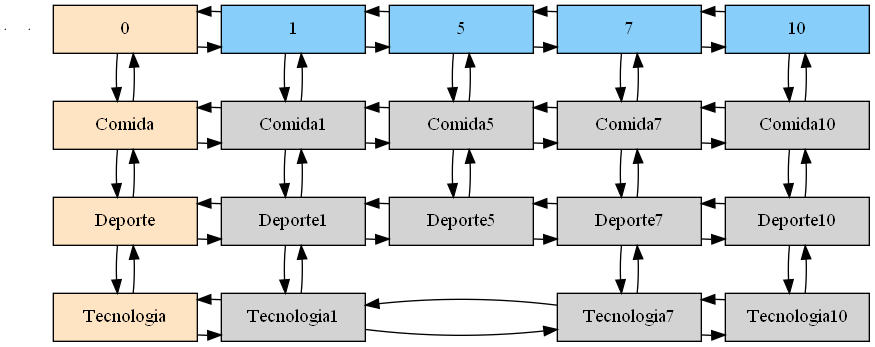
The Graphviz diagram Cliente/src/assets/arboles/matriz.png in RojasCJP/EDD_VirtualMall_201900289, before a commit. Its source is kept beside it as Cliente/src/assets/graphviz/matriz.dot.
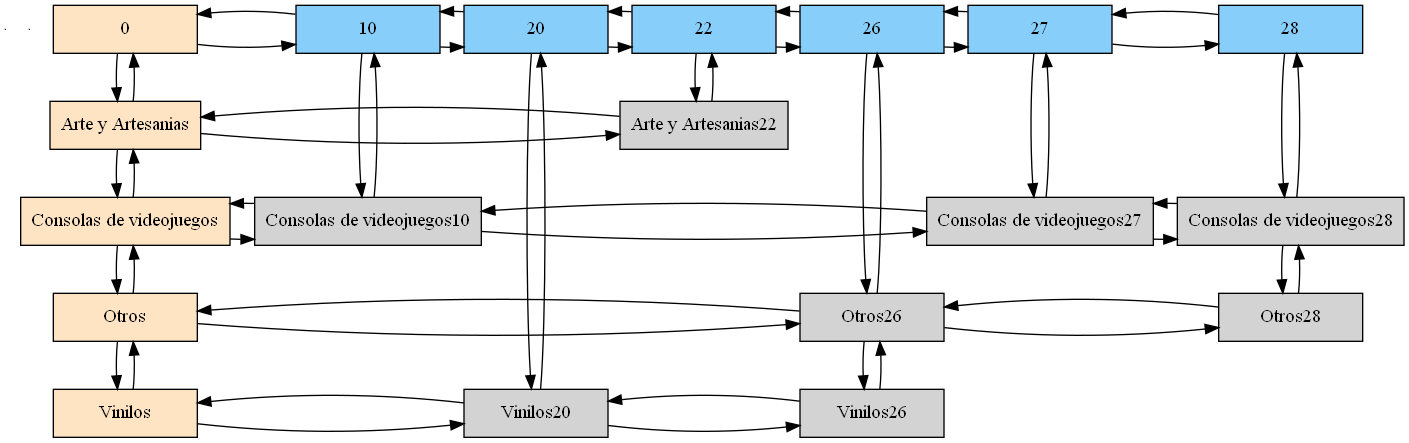
After the change.

Diff of the diagram source:
```diff
@@ -4,84 +4,79 @@
     e0[ shape = point, width = 0 ];
     e1[ shape = point, width = 0 ];
 "00" [label = "0"    width = 1.5 style = filled, fillcolor = bisque1, group = 0 ];
-"00"->"Comida0";
-"00"->"1";
-"1" [label = "1"    width = 1.5 style = filled, fillcolor = lightskyblue, group = 1 ];
-"1"->"Comida1";
-"1"->"00";
-"1"->"5";
-"5" [label = "5"    width = 1.5 style = filled, fillcolor = lightskyblue, group = 5 ];
-"5"->"Comida5";
-"5"->"1";
-"5"->"7";
-"7" [label = "7"    width = 1.5 style = filled, fillcolor = lightskyblue, group = 7 ];
-"7"->"Comida7";
-"7"->"5";
-"7"->"10";
+"00"->"Arte y Artesanias0";
+"00"->"10";
 "10" [label = "10"    width = 1.5 style = filled, fillcolor = lightskyblue, group = 10 ];
-"10"->"Comida10";
-"10"->"7";
-{rank = same;"00";"1";"5";"7";"10";}
-"Comida0" [label = "Comida"    width = 1.5 style = filled, fillcolor = bisque1, group = 0 ];
-"Comida0"->"00";
-"Comida0"->"Deporte0";
-"Comida0"->"Comida1";
-"Comida1" [label = "Comida1", width=1.5 style= filled, group=1];
-"Comida1"->"1";
-"Comida1"->"Deporte1";
-"Comida1"->"Comida0";
-"Comida1"->"Comida5";
-"Comida5" [label = "Comida5", width=1.5 style= filled, group=5];
-"Comida5"->"5";
-"Comida5"->"Deporte5";
-"Comida5"->"Comida1";
-"Comida5"->"Comida7";
-"Comida7" [label = "Comida7", width=1.5 style= filled, group=7];
-"Comida7"->"7";
-"Comida7"->"Deporte7";
-"Comida7"->"Comida5";
-"Comida7"->"Comida10";
-"Comida10" [label = "Comida10", width=1.5 style= filled, group=10];
-"Comida10"->"10";
-"Comida10"->"Deporte10";
-"Comida10"->"Comida7";
-{rank = same;"Comida0";"Comida1";"Comida5";"Comida7";"Comida10";}
-"Deporte0" [label = "Deporte"    width = 1.5 style = filled, fillcolor = bisque1, group = 0 ];
-"Deporte0"->"Comida0";
-"Deporte0"->"Tecnologia0";
-"Deporte0"->"Deporte1";
-"Deporte1" [label = "Deporte1", width=1.5 style= filled, group=1];
-"Deporte1"->"Comida1";
-"Deporte1"->"Tecnologia1";
-"Deporte1"->"Deporte0";
-"Deporte1"->"Deporte5";
-"Deporte5" [label = "Deporte5", width=1.5 style= filled, group=5];
-"Deporte5"->"Comida5";
-"Deporte5"->"Deporte1";
-"Deporte5"->"Deporte7";
-"Deporte7" [label = "Deporte7", width=1.5 style= filled, group=7];
-"Deporte7"->"Comida7";
-"Deporte7"->"Tecnologia7";
-"Deporte7"->"Deporte5";
-"Deporte7"->"Deporte10";
-"Deporte10" [label = "Deporte10", width=1.5 style= filled, group=10];
-"Deporte10"->"Comida10";
-"Deporte10"->"Tecnologia10";
-"Deporte10"->"Deporte7";
-{rank = same;"Deporte0";"Deporte1";"Deporte5";"Deporte7";"Deporte10";}
-"Tecnologia0" [label = "Tecnologia"    width = 1.5 style = filled, fillcolor = bisque1, group = 0 ];
-"Tecnologia0"->"Deporte0";
-"Tecnologia0"->"Tecnologia1";
-"Tecnologia1" [label = "Tecnologia1", width=1.5 style= filled, group=1];
-"Tecnologia1"->"Deporte1";
-"Tecnologia1"->"Tecnologia0";
-"Tecnologia1"->"Tecnologia7";
-"Tecnologia7" [label = "Tecnologia7", width=1.5 style= filled, group=7];
-"Tecnologia7"->"Deporte7";
-"Tecnologia7"->"Tecnologia1";
-"Tecnologia7"->"Tecnologia10";
-"Tecnologia10" [label = "Tecnologia10", width=1.5 style= filled, group=10];
-"Tecnologia10"->"Deporte10";
-"Tecnologia10"->"Tecnologia7";
-{rank = same;"Tecnologia0";"Tecnologia1";"Tecnologia7";"Tecnologia10";}
+"10"->"Consolas de videojuegos10";
+"10"->"00";
+"10"->"20";
+"20" [label = "20"    width = 1.5 style = filled, fillcolor = lightskyblue, group = 20 ];
+"20"->"Vinilos20";
+"20"->"10";
+"20"->"22";
+"22" [label = "22"    width = 1.5 style = filled, fillcolor = lightskyblue, group = 22 ];
+"22"->"Arte y Artesanias22";
+"22"->"20";
+"22"->"26";
+"26" [label = "26"    width = 1.5 style = filled, fillcolor = lightskyblue, group = 26 ];
+"26"->"Otros26";
+"26"->"22";
+"26"->"27";
+"27" [label = "27"    width = 1.5 style = filled, fillcolor = lightskyblue, group = 27 ];
+"27"->"Consolas de videojuegos27";
+"27"->"26";
+"27"->"28";
+"28" [label = "28"    width = 1.5 style = filled, fillcolor = lightskyblue, group = 28 ];
+"28"->"Consolas de videojuegos28";
+"28"->"27";
+{rank = same;"00";"10";"20";"22";"26";"27";"28";}
+"Arte y Artesanias0" [label = "Arte y Artesanias"    width = 1.5 style = filled, fillcolor = bisque1, group = 0 ];
+"Arte y Artesanias0"->"00";
+"Arte y Artesanias0"->"Consolas de videojuegos0";
+"Arte y Artesanias0"->"Arte y Artesanias22";
+"Arte y Artesanias22" [label = "Arte y Artesanias22", width=1.5 style= filled, group=22];
+"Arte y Artesanias22"->"22";
+"Arte y Artesanias22"->"Arte y Artesanias0";
+{rank = same;"Arte y Artesanias0";"Arte y Artesanias22";}
+"Consolas de videojuegos0" [label = "Consolas de videojuegos"    width = 1.5 style = filled, fillcolor = bisque1, group = 0 ];
+"Consolas de videojuegos0"->"Arte y Artesanias0";
+"Consolas de videojuegos0"->"Otros0";
+"Consolas de videojuegos0"->"Consolas de videojuegos10";
+"Consolas de videojuegos10" [label = "Consolas de videojuegos10", width=1.5 style= filled, group=10];
+"Consolas de videojuegos10"->"10";
+"Consolas de videojuegos10"->"Consolas de videojuegos0";
+"Consolas de videojuegos10"->"Consolas de videojuegos27";
+"Consolas de videojuegos27" [label = "Consolas de videojuegos27", width=1.5 style= filled, group=27];
+"Consolas de videojuegos27"->"27";
+"Consolas de videojuegos27"->"Consolas de videojuegos10";
+"Consolas de videojuegos27"->"Consolas de videojuegos28";
+"Consolas de videojuegos28" [label = "Consolas de videojuegos28", width=1.5 style= filled, group=28];
+"Consolas de videojuegos28"->"28";
+"Consolas de videojuegos28"->"Otros28";
+"Consolas de videojuegos28"->"Consolas de videojuegos27";
+{rank = same;"Consolas de videojuegos0";"Consolas de videojuegos10";"Consolas de videojuegos27";"Consolas de videojuegos28";}
+"Otros0" [label = "Otros"    width = 1.5 style = filled, fillcolor = bisque1, group = 0 ];
+"Otros0"->"Consolas de videojuegos0";
+"Otros0"->"Vinilos0";
+"Otros0"->"Otros26";
+"Otros26" [label = "Otros26", width=1.5 style= filled, group=26];
+"Otros26"->"26";
+"Otros26"->"Vinilos26";
+"Otros26"->"Otros0";
+"Otros26"->"Otros28";
+"Otros28" [label = "Otros28", width=1.5 style= filled, group=28];
+"Otros28"->"Consolas de videojuegos28";
+"Otros28"->"Otros26";
+{rank = same;"Otros0";"Otros26";"Otros28";}
+"Vinilos0" [label = "Vinilos"    width = 1.5 style = filled, fillcolor = bisque1, group = 0 ];
+"Vinilos0"->"Otros0";
+"Vinilos0"->"Vinilos20";
+"Vinilos20" [label = "Vinilos20", width=1.5 style= filled, group=20];
+"Vinilos20"->"20";
+"Vinilos20"->"Vinilos0";
+"Vinilos20"->"Vinilos26";
+"Vinilos26" [label = "Vinilos26", width=1.5 style= filled, group=26];
+"Vinilos26"->"Otros26";
+"Vinilos26"->"Vinilos20";
+{rank = same;"Vinilos0";"Vinilos20";"Vinilos26";}
 }
```
